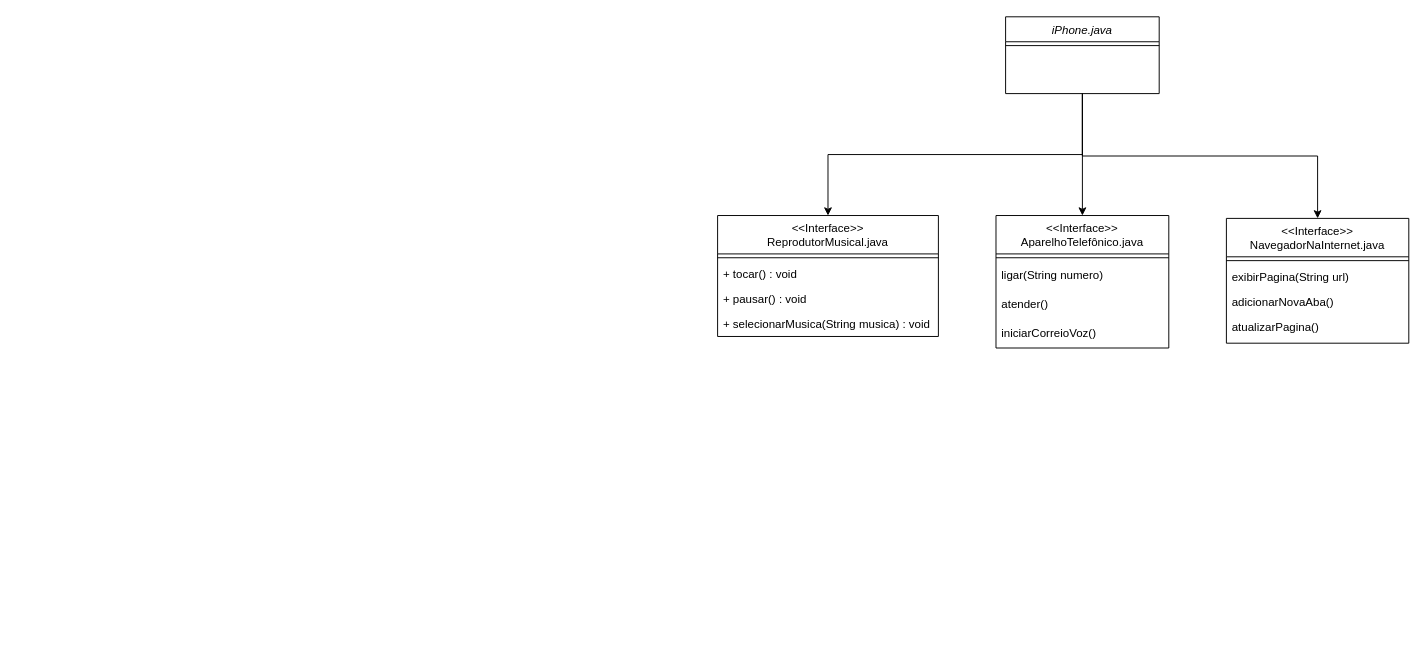
Earlier version of the draw.io diagram Diagrama UML iPhone.drawio (PedroOttoni/Desafio-Modelando-o-iPhone-com-UML). Source tidied: cells renumbered, new cells numbered last; positions are measured from the earlier drawing's top-left corner, leaving out a move shared by most shapes. Both pictures are drawn from the tidied source at 96%, with x=0, y=0 at pixel (717, 16).
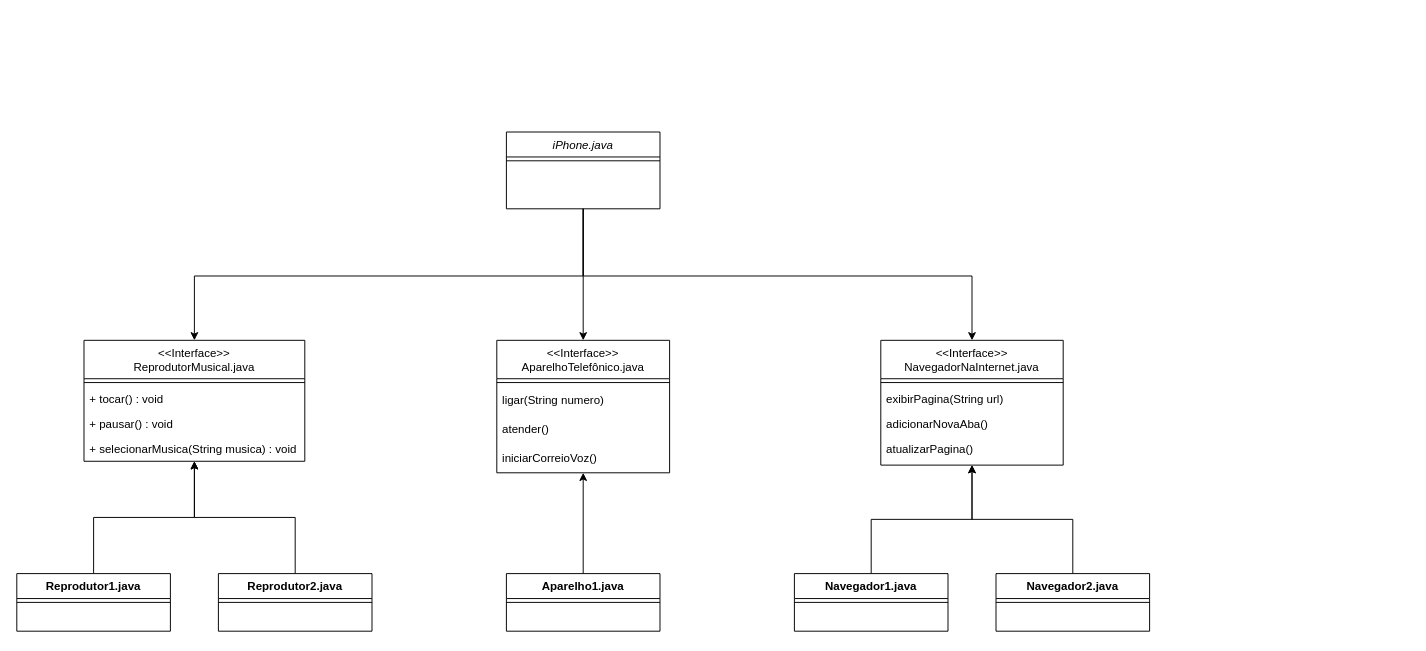
Above is the later version.

The edit, as a diff of the source:
```diff
@@
-    <mxCell id="2" style="edgeStyle=orthogonalEdgeStyle;rounded=0;jettySize=auto;html=1;entryX=0.5;entryY=0;entryDx=0;entryDy=0;exitX=0.5;exitY=1;exitDx=0;exitDy=0;" parent="1" edge="1" source="4" target="6">
-      <mxGeometry relative="1" as="geometry" />
+    <mxCell id="2" style="edgeStyle=orthogonalEdgeStyle;rounded=0;jettySize=auto;html=1;" parent="1" edge="1" source="4" target="6">
+      <mxGeometry relative="1" as="geometry">
+        <Array as="points">
+          <mxPoint x="-140" y="270" />
+          <mxPoint x="-545" y="270" />
+        </Array>
+      </mxGeometry>
     </mxCell>
-    <mxCell id="3" style="edgeStyle=orthogonalEdgeStyle;rounded=0;jettySize=auto;html=1;exitX=0.5;exitY=1;exitDx=0;exitDy=0;" parent="1" edge="1" source="4" target="16">
-      <mxGeometry relative="1" as="geometry" />
+    <mxCell id="3" style="edgeStyle=orthogonalEdgeStyle;rounded=0;jettySize=auto;html=1;" parent="1" edge="1" source="4" target="16">
+      <mxGeometry relative="1" as="geometry">
+        <Array as="points">
+          <mxPoint x="-140" y="270" />
+          <mxPoint x="265" y="270" />
+        </Array>
+      </mxGeometry>
     </mxCell>
     <mxCell id="4" value="iPhone.java" style="swimlane;fontStyle=2;align=center;verticalAlign=top;horizontal=1;startSize=26;rounded=0;shadow=0;strokeWidth=1;" parent="1" vertex="1">
-      <mxGeometry x="300" width="160" height="80" as="geometry" />
+      <mxGeometry x="-220" y="120" width="160" height="80" as="geometry" />
     </mxCell>
@@
     <mxCell id="6" value="&lt;&lt;Interface&gt;&gt;&#10;ReprodutorMusical.java" style="swimlane;fontStyle=0;align=center;verticalAlign=top;horizontal=1;startSize=40;rounded=0;shadow=0;strokeWidth=1;" parent="1" vertex="1">
-      <mxGeometry y="207" width="230" height="126" as="geometry" />
+      <mxGeometry x="-660" y="337" width="230" height="126" as="geometry" />
     </mxCell>
@@
     <mxCell id="11" value="&lt;&lt;Interface&gt;&gt;&#10;AparelhoTelefônico.java" style="swimlane;fontStyle=0;align=center;verticalAlign=top;horizontal=1;startSize=40;rounded=0;shadow=0;strokeWidth=1;" parent="1" vertex="1">
-      <mxGeometry x="290" y="207" width="180" height="138" as="geometry" />
+      <mxGeometry x="-230" y="337" width="180" height="138" as="geometry" />
     </mxCell>
@@
     <mxCell id="16" value="&lt;&lt;Interface&gt;&gt;&#10;NavegadorNaInternet.java" style="swimlane;fontStyle=0;align=center;verticalAlign=top;horizontal=1;startSize=40;rounded=0;shadow=0;strokeWidth=1;" parent="1" vertex="1">
-      <mxGeometry x="530" y="210" width="190" height="130" as="geometry" />
+      <mxGeometry x="170" y="337" width="190" height="130" as="geometry" />
     </mxCell>
@@
-    <mxCell id="21" style="edgeStyle=orthogonalEdgeStyle;rounded=0;jettySize=auto;html=1;entryX=0.5;entryY=0;entryDx=0;entryDy=0;" parent="1" edge="1" source="4" target="11">
+    <mxCell id="21" style="edgeStyle=orthogonalEdgeStyle;rounded=0;jettySize=auto;html=1;" parent="1" edge="1" source="4" target="11">
       <mxGeometry relative="1" as="geometry" />
     </mxCell>
+    <mxCell id="22" style="edgeStyle=orthogonalEdgeStyle;rounded=0;jettySize=auto;html=1;" parent="1" edge="1" source="23" target="6">
+      <mxGeometry relative="1" as="geometry" />
+    </mxCell>
+    <mxCell id="23" value="Reprodutor1.java" style="swimlane;fontStyle=1;align=center;verticalAlign=top;horizontal=1;startSize=26;whiteSpace=wrap;html=1;" parent="1" vertex="1">
+      <mxGeometry x="-730" y="580" width="160" height="60" as="geometry" />
+    </mxCell>
+    <mxCell id="24" style="line;strokeWidth=1;fillColor=none;align=left;verticalAlign=middle;spacingTop=-1;spacingLeft=3;spacingRight=3;labelPosition=right;strokeColor=inherit;" parent="23" vertex="1">
+      <mxGeometry y="26" width="160" height="8" as="geometry" />
+    </mxCell>
+    <mxCell id="25" value="&lt;div&gt;&lt;br&gt;&lt;/div&gt;" style="text;strokeColor=none;fillColor=none;align=left;verticalAlign=top;spacingLeft=4;spacingRight=4;overflow=hidden;whiteSpace=wrap;html=1;" parent="23" vertex="1">
+      <mxGeometry y="34" width="160" height="26" as="geometry" />
+    </mxCell>
+    <mxCell id="26" style="edgeStyle=orthogonalEdgeStyle;rounded=0;jettySize=auto;html=1;" parent="1" edge="1" source="27" target="6">
+      <mxGeometry relative="1" as="geometry" />
+    </mxCell>
+    <mxCell id="27" value="Reprodutor2.java" style="swimlane;fontStyle=1;align=center;verticalAlign=top;horizontal=1;startSize=26;whiteSpace=wrap;html=1;" parent="1" vertex="1">
+      <mxGeometry x="-520" y="580" width="160" height="60" as="geometry" />
+    </mxCell>
+    <mxCell id="28" style="line;strokeWidth=1;fillColor=none;align=left;verticalAlign=middle;spacingTop=-1;spacingLeft=3;spacingRight=3;labelPosition=right;strokeColor=inherit;" parent="27" vertex="1">
+      <mxGeometry y="26" width="160" height="8" as="geometry" />
+    </mxCell>
+    <mxCell id="29" value="&lt;div&gt;&lt;br&gt;&lt;/div&gt;" style="text;strokeColor=none;fillColor=none;align=left;verticalAlign=top;spacingLeft=4;spacingRight=4;overflow=hidden;whiteSpace=wrap;html=1;" parent="27" vertex="1">
+      <mxGeometry y="34" width="160" height="26" as="geometry" />
+    </mxCell>
+    <mxCell id="30" style="edgeStyle=orthogonalEdgeStyle;rounded=0;jettySize=auto;html=1;" parent="1" edge="1" source="31" target="11">
+      <mxGeometry relative="1" as="geometry" />
+    </mxCell>
+    <mxCell id="31" value="Aparelho1.java" style="swimlane;fontStyle=1;align=center;verticalAlign=top;horizontal=1;startSize=26;whiteSpace=wrap;html=1;" parent="1" vertex="1">
+      <mxGeometry x="-220" y="580" width="160" height="60" as="geometry" />
+    </mxCell>
+    <mxCell id="32" style="line;strokeWidth=1;fillColor=none;align=left;verticalAlign=middle;spacingTop=-1;spacingLeft=3;spacingRight=3;labelPosition=right;strokeColor=inherit;" parent="31" vertex="1">
+      <mxGeometry y="26" width="160" height="8" as="geometry" />
+    </mxCell>
+    <mxCell id="33" value="&lt;div&gt;&lt;br&gt;&lt;/div&gt;" style="text;strokeColor=none;fillColor=none;align=left;verticalAlign=top;spacingLeft=4;spacingRight=4;overflow=hidden;whiteSpace=wrap;html=1;" parent="31" vertex="1">
+      <mxGeometry y="34" width="160" height="26" as="geometry" />
+    </mxCell>
+    <mxCell id="34" style="edgeStyle=orthogonalEdgeStyle;rounded=0;jettySize=auto;html=1;" parent="1" edge="1" source="35" target="16">
+      <mxGeometry relative="1" as="geometry" />
+    </mxCell>
+    <mxCell id="35" value="Navegador1.java" style="swimlane;fontStyle=1;align=center;verticalAlign=top;horizontal=1;startSize=26;whiteSpace=wrap;html=1;" parent="1" vertex="1">
+      <mxGeometry x="80" y="580" width="160" height="60" as="geometry" />
+    </mxCell>
+    <mxCell id="36" style="line;strokeWidth=1;fillColor=none;align=left;verticalAlign=middle;spacingTop=-1;spacingLeft=3;spacingRight=3;labelPosition=right;strokeColor=inherit;" parent="35" vertex="1">
+      <mxGeometry y="26" width="160" height="8" as="geometry" />
+    </mxCell>
+    <mxCell id="37" value="&lt;div&gt;&lt;br&gt;&lt;/div&gt;" style="text;strokeColor=none;fillColor=none;align=left;verticalAlign=top;spacingLeft=4;spacingRight=4;overflow=hidden;whiteSpace=wrap;html=1;" parent="35" vertex="1">
+      <mxGeometry y="34" width="160" height="26" as="geometry" />
+    </mxCell>
+    <mxCell id="38" style="edgeStyle=orthogonalEdgeStyle;rounded=0;jettySize=auto;html=1;" parent="1" edge="1" source="39" target="16">
+      <mxGeometry relative="1" as="geometry" />
+    </mxCell>
+    <mxCell id="39" value="Navegador2.java" style="swimlane;fontStyle=1;align=center;verticalAlign=top;horizontal=1;startSize=26;whiteSpace=wrap;html=1;" parent="1" vertex="1">
+      <mxGeometry x="290" y="580" width="160" height="60" as="geometry" />
+    </mxCell>
+    <mxCell id="40" style="line;strokeWidth=1;fillColor=none;align=left;verticalAlign=middle;spacingTop=-1;spacingLeft=3;spacingRight=3;labelPosition=right;strokeColor=inherit;" parent="39" vertex="1">
+      <mxGeometry y="26" width="160" height="8" as="geometry" />
+    </mxCell>
+    <mxCell id="41" value="&lt;div&gt;&lt;br&gt;&lt;/div&gt;" style="text;strokeColor=none;fillColor=none;align=left;verticalAlign=top;spacingLeft=4;spacingRight=4;overflow=hidden;whiteSpace=wrap;html=1;" parent="39" vertex="1">
+      <mxGeometry y="34" width="160" height="26" as="geometry" />
+    </mxCell>
```
